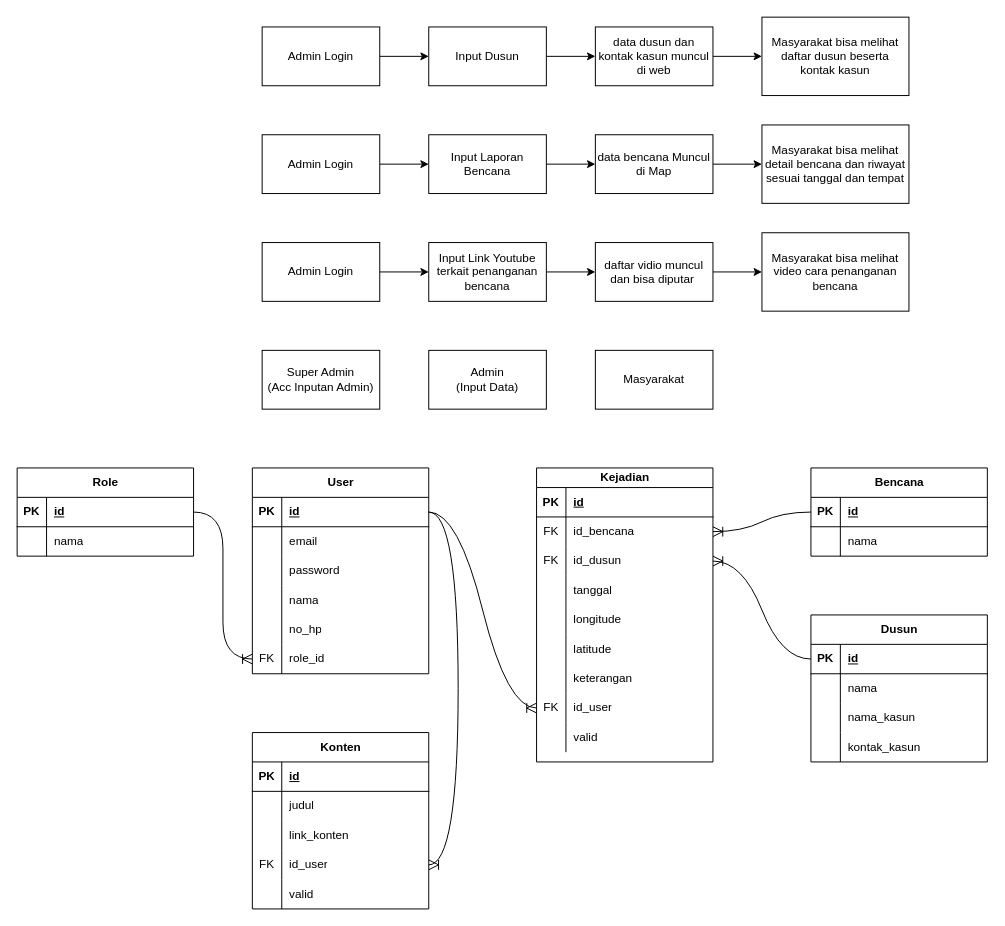
This is Flow Ramtana.drawio from Mochalan14/alantes, a draw.io file, before an edit. Source tidied: cells renumbered, new cells numbered last; positions are measured from the earlier drawing's top-left corner, leaving out a move shared by most shapes. Both pictures are drawn from the tidied source at 98%, with x=0, y=0 at pixel (-179, 17).
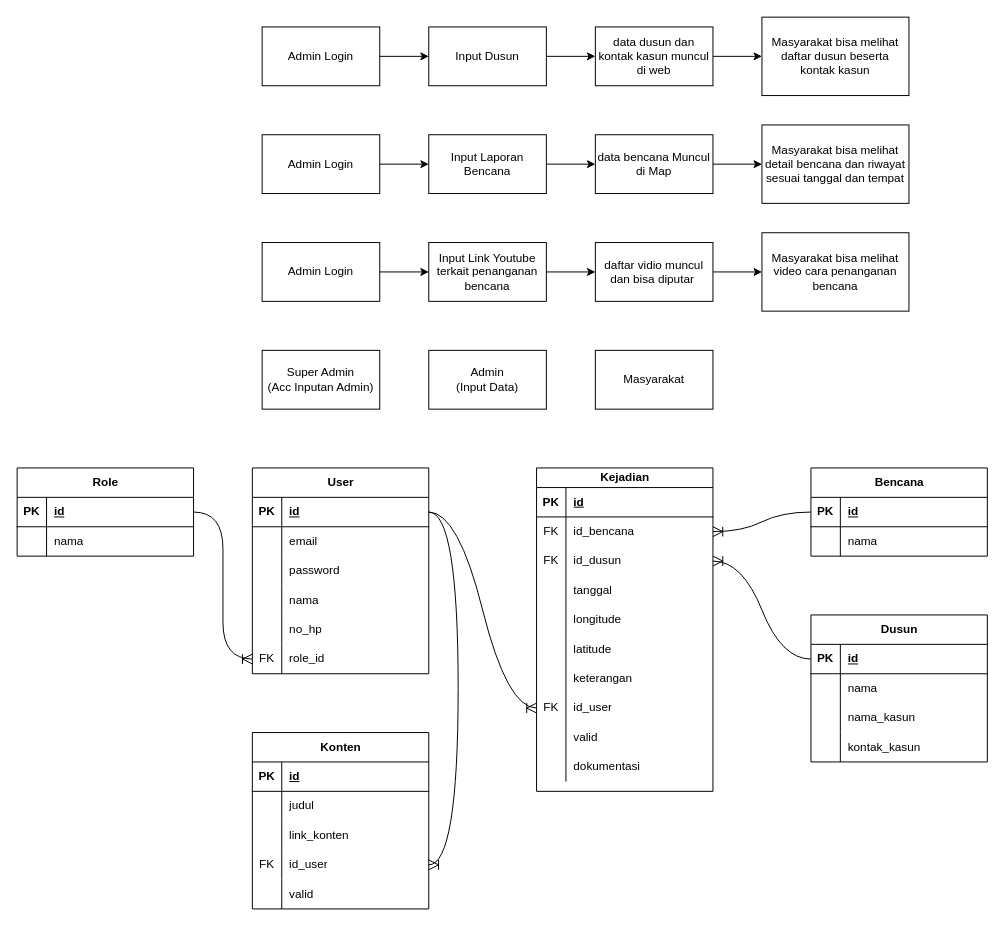
The same page after the edit.

Change to the diagram source:
```diff
@@
     <mxCell id="74" value="Kejadian" style="shape=table;startSize=20;childLayout=tableLayout;rowLines=0;fontStyle=1;align=center;html=1;" parent="1" vertex="1">
-      <mxGeometry x="730" y="460" width="180" height="300" as="geometry" />
+      <mxGeometry x="730" y="460" width="180" height="330" as="geometry" />
     </mxCell>
@@
+    <mxCell id="121" style="shape=tableRow;horizontal=0;startSize=0;swimlaneHead=0;swimlaneBody=0;fillColor=none;top=0;left=0;right=0;bottom=0;" parent="74" vertex="1">
+      <mxGeometry y="290" width="180" height="30" as="geometry" />
+    </mxCell>
+    <mxCell id="122" style="shape=partialRectangle;fillColor=none;top=0;left=0;bottom=0;right=0;overflow=hidden;whiteSpace=wrap;html=1;" parent="121" vertex="1">
+      <mxGeometry width="30" height="30" as="geometry" />
+    </mxCell>
+    <mxCell id="123" value="dokumentasi" style="shape=partialRectangle;fillColor=none;top=0;left=0;bottom=0;right=0;align=left;spacingLeft=6;overflow=hidden;whiteSpace=wrap;html=1;" parent="121" vertex="1">
+      <mxGeometry x="30" width="150" height="30" as="geometry" />
+    </mxCell>
```
